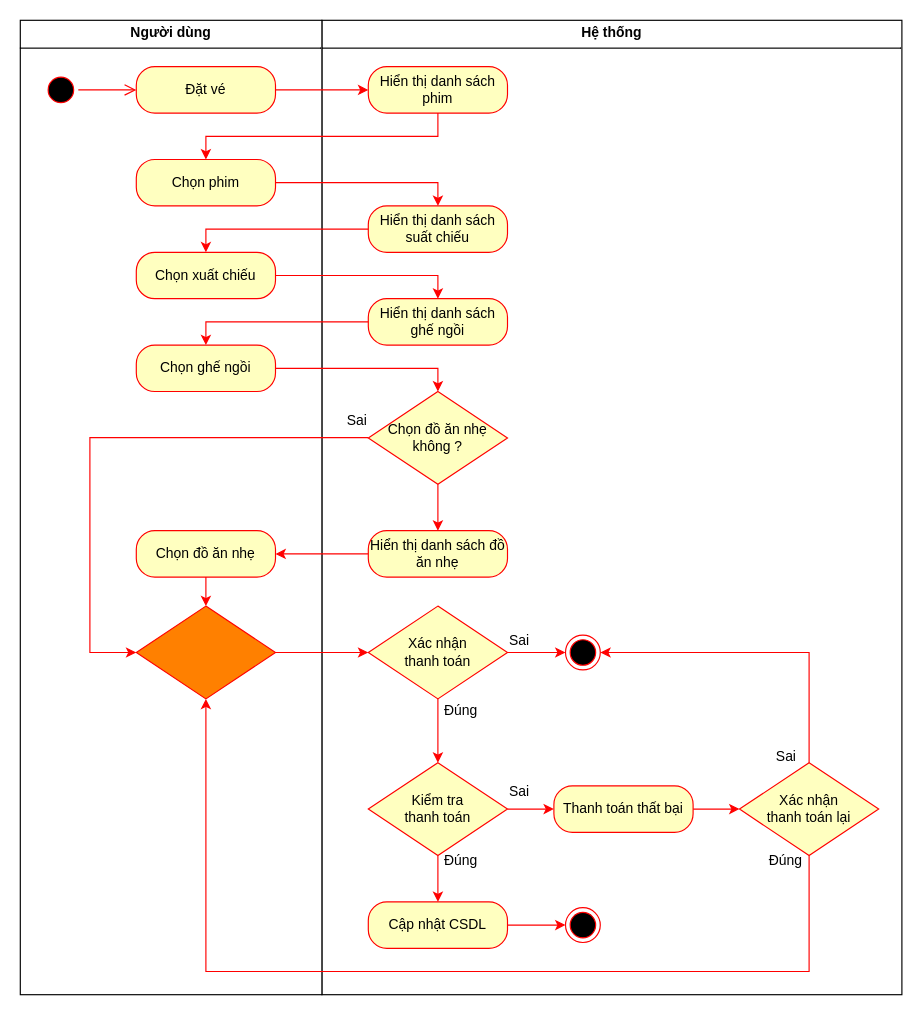
Before: Sơ đồ hoạt động UC đặt vé.drawio in HaojackYT/DAA_SA, a draw.io diagram. Source tidied: cells renumbered, new cells numbered last; positions are measured from the earlier drawing's top-left corner, leaving out a move shared by most shapes. Both pictures are drawn from the tidied source at 116%, with x=0, y=0 at pixel (20, 20).
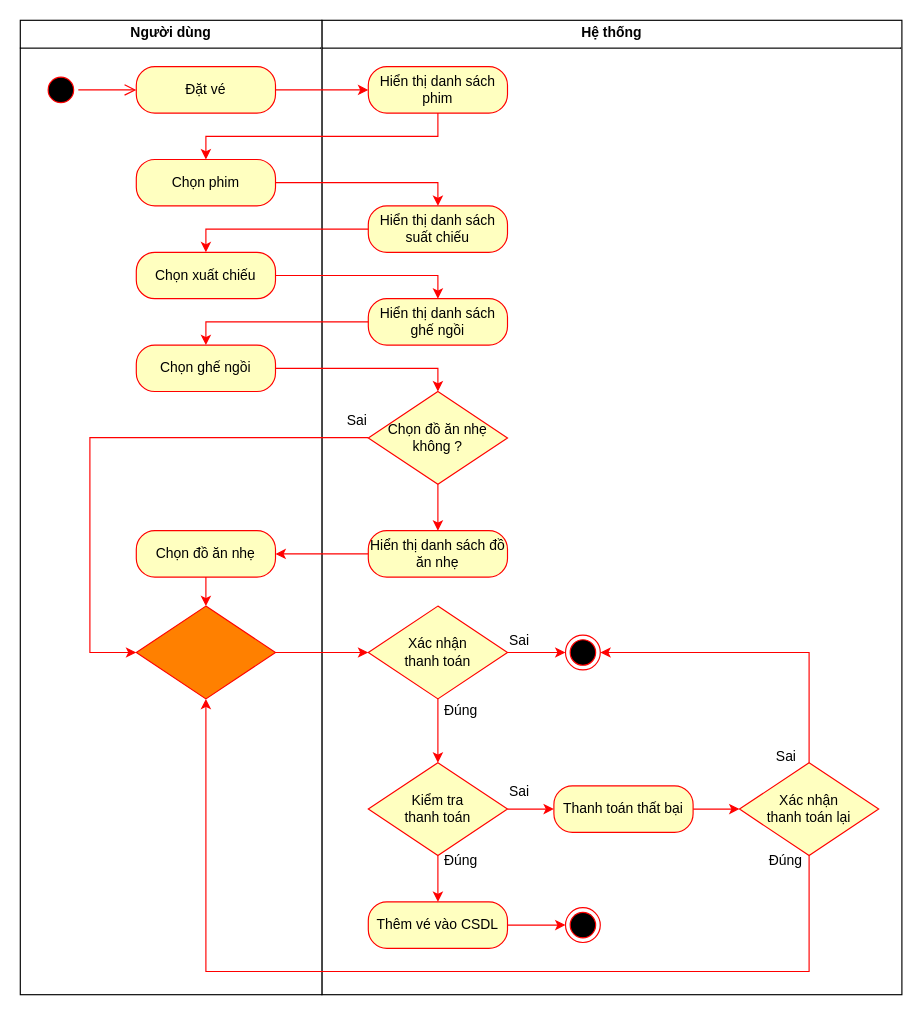
The same diagram, later.

Diff of the diagram source:
```diff
@@
-    <mxCell id="36" value="Cập nhật CSDL" style="rounded=1;whiteSpace=wrap;html=1;arcSize=40;fontColor=#000000;fillColor=#ffffc0;strokeColor=#FF0000;" parent="1" vertex="1">
+    <mxCell id="36" value="Thêm vé vào CSDL" style="rounded=1;whiteSpace=wrap;html=1;arcSize=40;fontColor=#000000;fillColor=#ffffc0;strokeColor=#FF0000;" parent="1" vertex="1">
       <mxGeometry x="300" y="760" width="120" height="40" as="geometry" />
     </mxCell>
```
